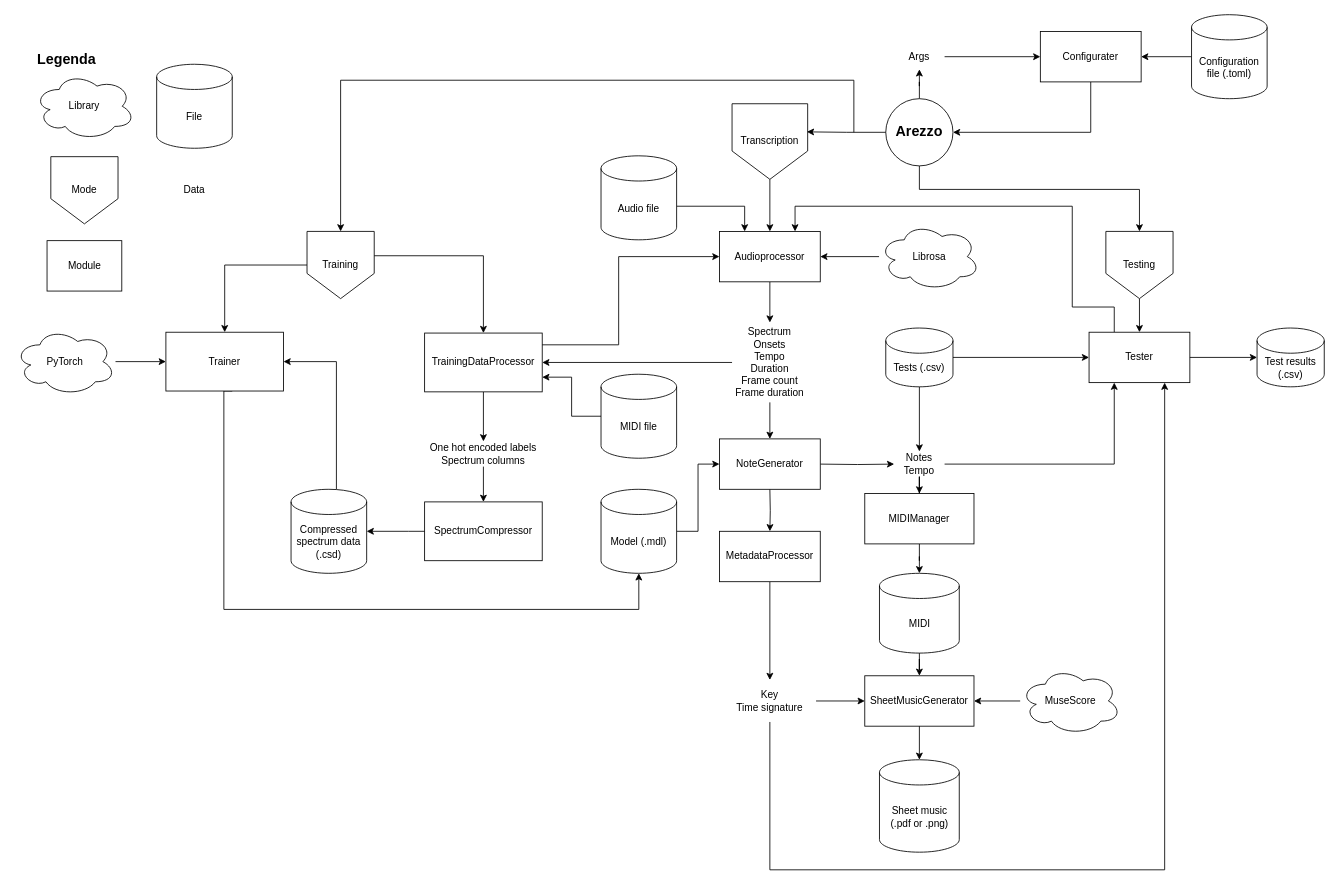
Earlier version of the draw.io diagram misc/flowchart.drawio (Kat9-123/Arezzo). Source tidied: cells renumbered, new cells numbered last; positions are measured from the earlier drawing's top-left corner, leaving out a move shared by most shapes. Both pictures are drawn from the tidied source at 84%, with x=0, y=0 at pixel (14, 14).
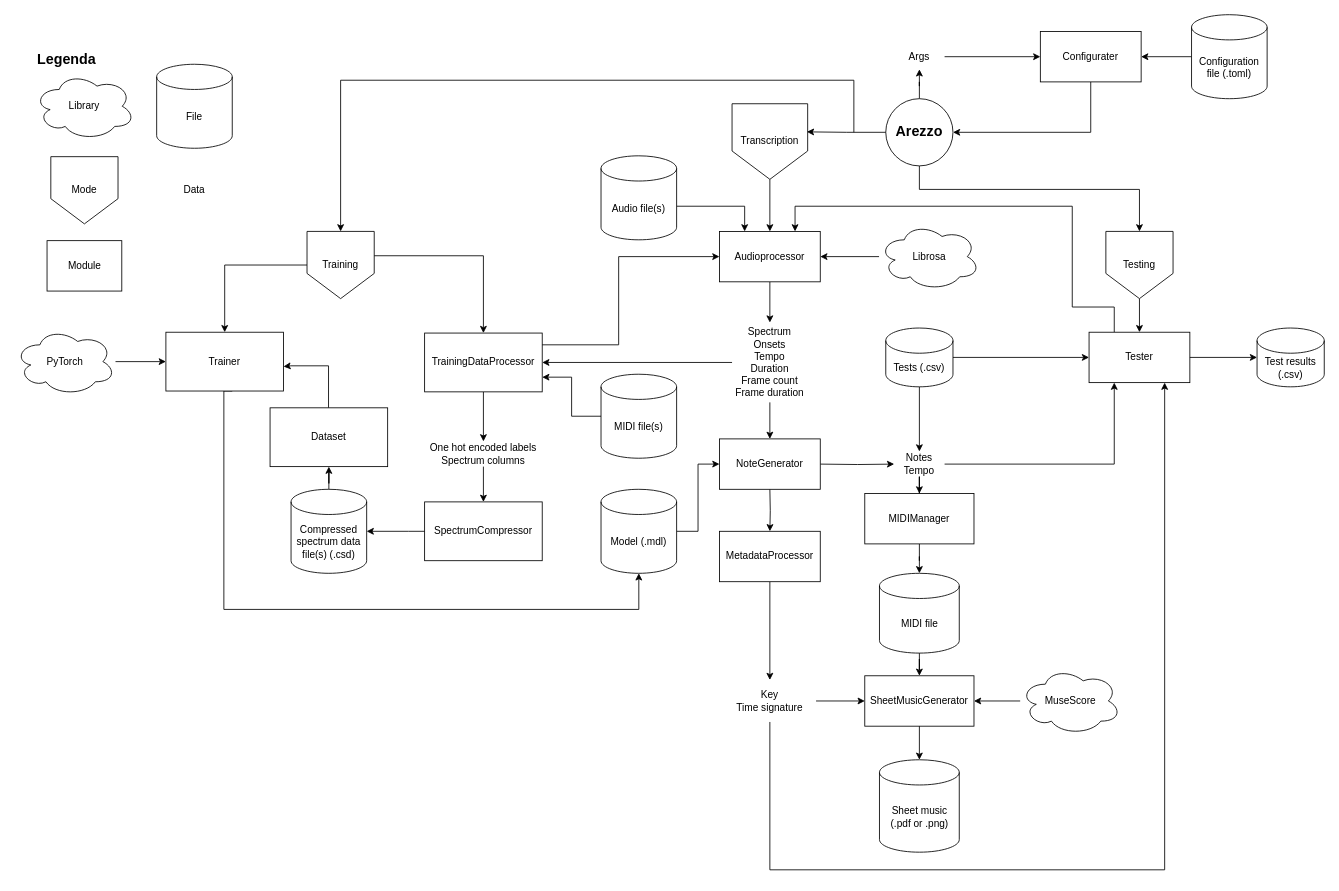
After the change.

Unchanged cells that the change refers to:
```xml
<mxCell id="28" value="Trainer" style="rounded=0;whiteSpace=wrap;html=1;" parent="1" vertex="1">
  <mxGeometry x="180" y="378" width="140" height="70" as="geometry" />
</mxCell>
```

Change to the diagram source:
```diff
@@
-    <mxCell id="5" value="Audio file" style="shape=cylinder3;whiteSpace=wrap;html=1;boundedLbl=1;backgroundOutline=1;size=15;" parent="1" vertex="1">
+    <mxCell id="5" value="Audio file(s)" style="shape=cylinder3;whiteSpace=wrap;html=1;boundedLbl=1;backgroundOutline=1;size=15;" parent="1" vertex="1">
       <mxGeometry x="698" y="168" width="90" height="100" as="geometry" />
     </mxCell>
@@
-    <mxCell id="21" value="MIDI file" style="shape=cylinder3;whiteSpace=wrap;html=1;boundedLbl=1;backgroundOutline=1;size=15;" parent="1" vertex="1">
+    <mxCell id="21" value="MIDI file(s)" style="shape=cylinder3;whiteSpace=wrap;html=1;boundedLbl=1;backgroundOutline=1;size=15;" parent="1" vertex="1">
       <mxGeometry x="698" y="428" width="90" height="100" as="geometry" />
     </mxCell>
@@
-    <mxCell id="25" style="edgeStyle=orthogonalEdgeStyle;rounded=0;jettySize=auto;html=1;entryX=1;entryY=0.5;entryDx=0;entryDy=0;" parent="1" edge="1" source="26" target="28">
-      <mxGeometry relative="1" as="geometry">
-        <Array as="points">
-          <mxPoint x="383" y="413" />
-        </Array>
-      </mxGeometry>
-    </mxCell>
+    <mxCell id="79" style="edgeStyle=orthogonalEdgeStyle;rounded=0;jettySize=auto;html=1;entryX=0.5;entryY=1;entryDx=0;entryDy=0;" parent="1" edge="1" source="26" target="81">
+      <mxGeometry relative="1" as="geometry" />
+    </mxCell>
-    <mxCell id="26" value="Compressed spectrum data (.csd)" style="shape=cylinder3;whiteSpace=wrap;html=1;boundedLbl=1;backgroundOutline=1;size=15;" parent="1" vertex="1">
+    <mxCell id="26" value="Compressed spectrum data file(s) (.csd)" style="shape=cylinder3;whiteSpace=wrap;html=1;boundedLbl=1;backgroundOutline=1;size=15;" parent="1" vertex="1">
       <mxGeometry x="329" y="565" width="90" height="100" as="geometry" />
     </mxCell>
@@
-    <mxCell id="55" value="MIDI" style="shape=cylinder3;whiteSpace=wrap;html=1;boundedLbl=1;backgroundOutline=1;size=15;" parent="1" vertex="1">
+    <mxCell id="55" value="MIDI file" style="shape=cylinder3;whiteSpace=wrap;html=1;boundedLbl=1;backgroundOutline=1;size=15;" parent="1" vertex="1">
       <mxGeometry x="1029.5" y="665" width="95" height="95" as="geometry" />
     </mxCell>
@@
+    <mxCell id="80" style="edgeStyle=orthogonalEdgeStyle;rounded=0;orthogonalLoop=1;jettySize=auto;html=1;entryX=1.003;entryY=0.583;entryDx=0;entryDy=0;entryPerimeter=0;" parent="1" edge="1">
+      <mxGeometry relative="1" as="geometry">
+        <mxPoint x="373.6" y="468" as="sourcePoint" />
+        <mxPoint x="320" y="418.8" as="targetPoint" />
+        <Array as="points">
+          <mxPoint x="373.6" y="418" />
+          <mxPoint x="328.6" y="418" />
+        </Array>
+      </mxGeometry>
+    </mxCell>
+    <mxCell id="81" value="Dataset" style="rounded=0;whiteSpace=wrap;html=1;" parent="1" vertex="1">
+      <mxGeometry x="304" y="468" width="140" height="70" as="geometry" />
+    </mxCell>
```
